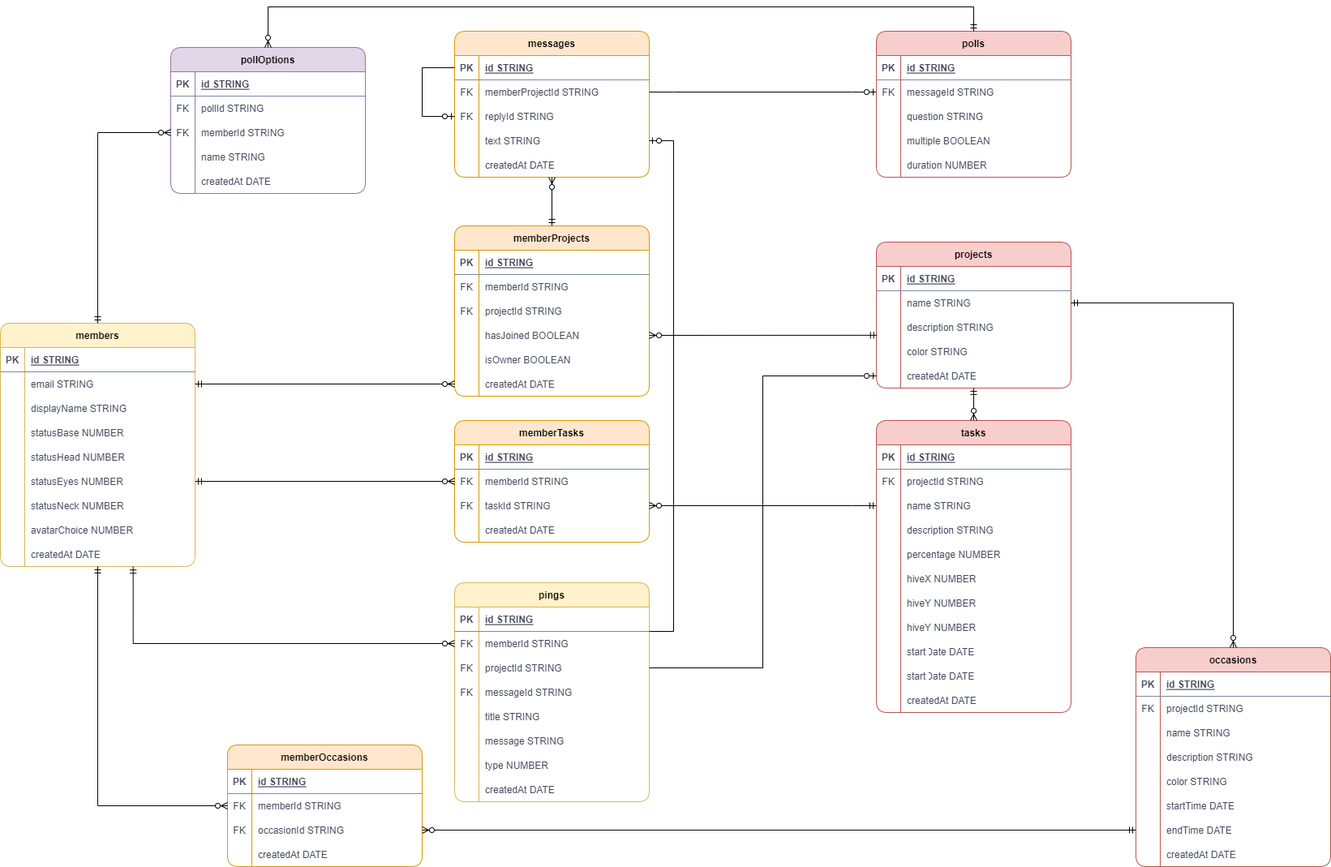
The draw.io diagram static/db/er.drawio.png in JavRedstone/Buzby, before a commit. Source tidied: cells renumbered, new cells last; positions are measured from the earlier drawing's top-left corner, leaving out a move shared by most shapes.
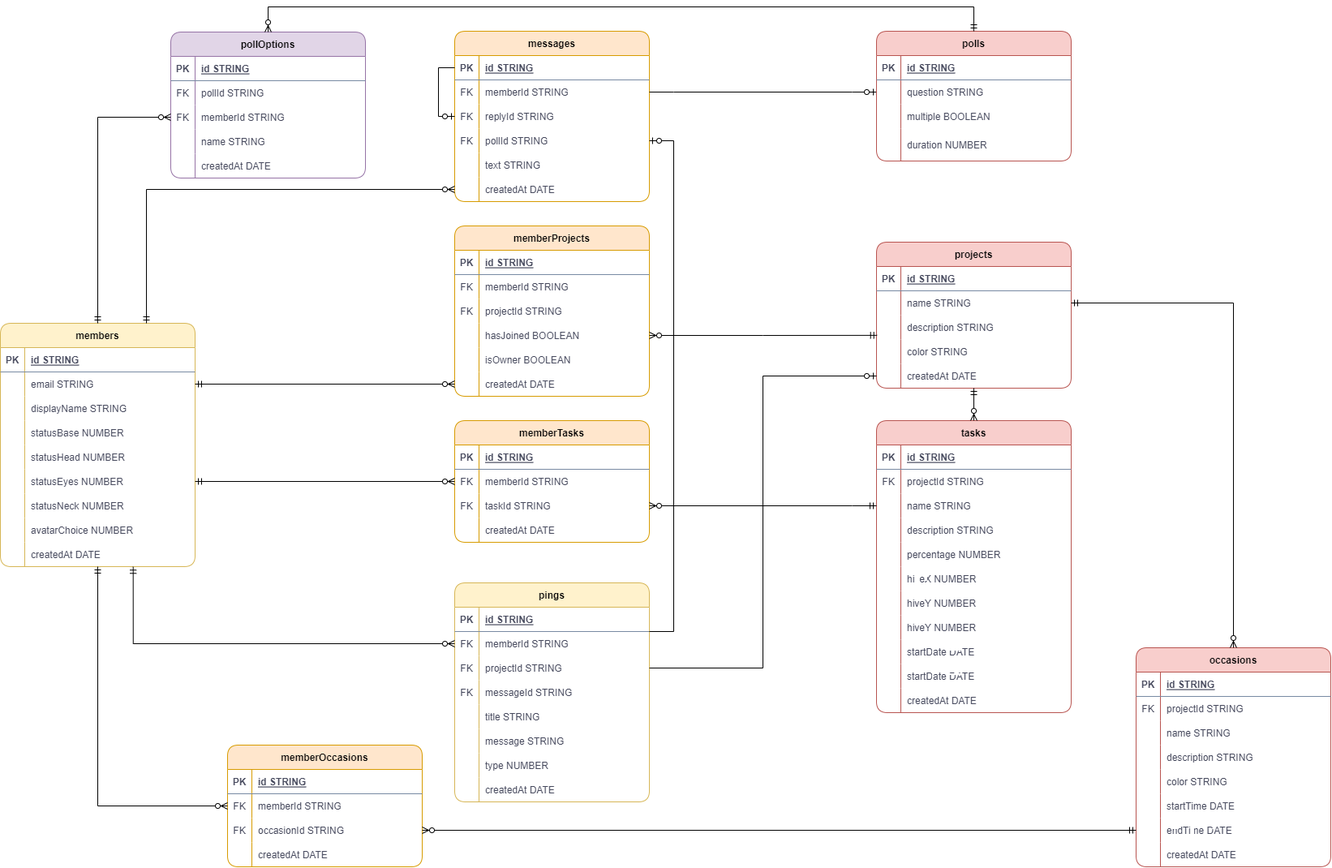
The same diagram one commit later.

What changed in the source:
```diff
@@ -210,7 +210,7 @@
       <mxGeometry x="30" width="210" height="30" as="geometry" />
     </mxCell>
     <mxCell id="71" value="messages" style="shape=table;startSize=30;rowLines=0;fontStyle=1;align=center;rounded=1;shadow=0;labelBorderColor=none;strokeColor=#d79b00;flipH=0;swimlaneFillColor=default;rotation=0;columnLines=1;labelBackgroundColor=none;fillColor=#ffe6cc;" parent="1" vertex="1">
-      <mxGeometry x="560" y="30" width="240" height="180" as="geometry" />
+      <mxGeometry x="560" y="30" width="240" height="210" as="geometry" />
     </mxCell>
     <mxCell id="72" style="shape=tableRow;horizontal=0;startSize=0;swimlaneHead=0;swimlaneBody=0;fillColor=none;points=[[0,0.5],[1,0.5]];portConstraint=eastwest;top=0;left=0;right=0;bottom=1;rounded=1;shadow=0;labelBorderColor=none;strokeColor=#788AA3;labelBackgroundColor=none;fontColor=#46495D;" parent="71" vertex="1">
       <mxGeometry y="30" width="240" height="30" as="geometry" />
@@ -227,7 +227,7 @@
     <mxCell id="76" value="FK" style="shape=partialRectangle;fillColor=none;top=0;left=0;bottom=0;right=0;overflow=hidden;rounded=1;shadow=0;labelBorderColor=none;strokeColor=#788AA3;labelBackgroundColor=none;fontColor=#46495D;" parent="75" vertex="1">
       <mxGeometry width="30" height="30" as="geometry" />
     </mxCell>
-    <mxCell id="77" value="memberProjectId STRING" style="shape=partialRectangle;fillColor=none;top=0;left=0;bottom=0;right=0;align=left;spacingLeft=6;overflow=hidden;rounded=1;shadow=0;labelBorderColor=none;strokeColor=#788AA3;labelBackgroundColor=none;fontColor=#46495D;" parent="75" vertex="1">
+    <mxCell id="77" value="memberId STRING" style="shape=partialRectangle;fillColor=none;top=0;left=0;bottom=0;right=0;align=left;spacingLeft=6;overflow=hidden;rounded=1;shadow=0;labelBorderColor=none;strokeColor=#788AA3;labelBackgroundColor=none;fontColor=#46495D;" parent="75" vertex="1">
       <mxGeometry x="30" width="210" height="30" as="geometry" />
     </mxCell>
     <mxCell id="78" style="shape=tableRow;horizontal=0;startSize=0;swimlaneHead=0;swimlaneBody=0;fillColor=none;points=[[0,0.5],[1,0.5]];portConstraint=eastwest;top=0;left=0;right=0;bottom=0;rounded=1;shadow=0;labelBorderColor=none;strokeColor=#788AA3;labelBackgroundColor=none;fontColor=#46495D;" parent="71" vertex="1">
@@ -242,17 +242,17 @@
     <mxCell id="81" style="shape=tableRow;horizontal=0;startSize=0;swimlaneHead=0;swimlaneBody=0;fillColor=none;points=[[0,0.5],[1,0.5]];portConstraint=eastwest;top=0;left=0;right=0;bottom=0;rounded=1;shadow=0;labelBorderColor=none;strokeColor=#788AA3;labelBackgroundColor=none;fontColor=#46495D;" parent="71" vertex="1">
       <mxGeometry y="120" width="240" height="30" as="geometry" />
     </mxCell>
-    <mxCell id="82" style="shape=partialRectangle;fillColor=none;top=0;left=0;bottom=0;right=0;overflow=hidden;rounded=1;shadow=0;labelBorderColor=none;strokeColor=#788AA3;labelBackgroundColor=none;fontColor=#46495D;" parent="81" vertex="1">
+    <mxCell id="82" value="FK" style="shape=partialRectangle;fillColor=none;top=0;left=0;bottom=0;right=0;overflow=hidden;rounded=1;shadow=0;labelBorderColor=none;strokeColor=#788AA3;labelBackgroundColor=none;fontColor=#46495D;" parent="81" vertex="1">
       <mxGeometry width="30" height="30" as="geometry" />
     </mxCell>
-    <mxCell id="83" value="text STRING" style="shape=partialRectangle;fillColor=none;top=0;left=0;bottom=0;right=0;align=left;spacingLeft=6;overflow=hidden;rounded=1;shadow=0;labelBorderColor=none;strokeColor=#788AA3;labelBackgroundColor=none;fontColor=#46495D;" parent="81" vertex="1">
+    <mxCell id="83" value="pollId STRING" style="shape=partialRectangle;fillColor=none;top=0;left=0;bottom=0;right=0;align=left;spacingLeft=6;overflow=hidden;rounded=1;shadow=0;labelBorderColor=none;strokeColor=#788AA3;labelBackgroundColor=none;fontColor=#46495D;" parent="81" vertex="1">
       <mxGeometry x="30" width="210" height="30" as="geometry" />
     </mxCell>
     <mxCell id="84" style="edgeStyle=orthogonalEdgeStyle;fontSize=12;html=1;endArrow=ERzeroToOne;endFill=1;rounded=0;entryX=0;entryY=0.5;entryDx=0;entryDy=0;exitX=0;exitY=0.5;exitDx=0;exitDy=0;" parent="71" edge="1" source="72" target="78">
       <mxGeometry relative="1" as="geometry">
         <Array as="points">
-          <mxPoint x="-40" y="45" />
-          <mxPoint x="-40" y="105" />
+          <mxPoint x="-20" y="45" />
+          <mxPoint x="-20" y="105" />
         </Array>
       </mxGeometry>
     </mxCell>
@@ -262,9 +262,18 @@
     <mxCell id="86" style="shape=partialRectangle;fillColor=none;top=0;left=0;bottom=0;right=0;overflow=hidden;rounded=1;shadow=0;labelBorderColor=none;strokeColor=#788AA3;labelBackgroundColor=none;fontColor=#46495D;" parent="85" vertex="1">
       <mxGeometry width="30" height="30" as="geometry" />
     </mxCell>
-    <mxCell id="87" value="createdAt DATE" style="shape=partialRectangle;fillColor=none;top=0;left=0;bottom=0;right=0;align=left;spacingLeft=6;overflow=hidden;rounded=1;shadow=0;labelBorderColor=none;strokeColor=#788AA3;labelBackgroundColor=none;fontColor=#46495D;" parent="85" vertex="1">
+    <mxCell id="87" value="text STRING" style="shape=partialRectangle;fillColor=none;top=0;left=0;bottom=0;right=0;align=left;spacingLeft=6;overflow=hidden;rounded=1;shadow=0;labelBorderColor=none;strokeColor=#788AA3;labelBackgroundColor=none;fontColor=#46495D;" parent="85" vertex="1">
       <mxGeometry x="30" width="210" height="30" as="geometry" />
     </mxCell>
+    <mxCell id="239" style="shape=tableRow;horizontal=0;startSize=0;swimlaneHead=0;swimlaneBody=0;fillColor=none;points=[[0,0.5],[1,0.5]];portConstraint=eastwest;top=0;left=0;right=0;bottom=0;rounded=1;shadow=0;labelBorderColor=none;strokeColor=#788AA3;labelBackgroundColor=none;fontColor=#46495D;" parent="71" vertex="1">
+      <mxGeometry y="180" width="240" height="30" as="geometry" />
+    </mxCell>
+    <mxCell id="240" style="shape=partialRectangle;fillColor=none;top=0;left=0;bottom=0;right=0;overflow=hidden;rounded=1;shadow=0;labelBorderColor=none;strokeColor=#788AA3;labelBackgroundColor=none;fontColor=#46495D;" parent="239" vertex="1">
+      <mxGeometry width="30" height="30" as="geometry" />
+    </mxCell>
+    <mxCell id="241" value="createdAt DATE" style="shape=partialRectangle;fillColor=none;top=0;left=0;bottom=0;right=0;align=left;spacingLeft=6;overflow=hidden;rounded=1;shadow=0;labelBorderColor=none;strokeColor=#788AA3;labelBackgroundColor=none;fontColor=#46495D;" parent="239" vertex="1">
+      <mxGeometry x="30" width="210" height="30" as="geometry" />
+    </mxCell>
     <mxCell id="88" value="tasks" style="shape=table;startSize=30;rowLines=0;fontStyle=1;align=center;rounded=1;shadow=0;labelBorderColor=none;strokeColor=#b85450;flipH=0;swimlaneFillColor=default;rotation=0;points=[[0,0,0,0,0],[0,0.25,0,0,0],[0,0.5,0,0,0],[0,0.75,0,0,0],[0,1,0,0,0],[0.25,0,0,0,0],[0.25,1,0,0,0],[0.5,0,0,0,0],[0.5,1,0,0,0],[0.75,0,0,0,0],[0.75,1,0,0,0],[1,0,0,0,0],[1,0.25,0,0,0],[1,0.5,0,0,0],[1,0.75,0,0,0],[1,1,0,0,0]];columnLines=1;labelBackgroundColor=none;fillColor=#f8cecc;" parent="1" vertex="1">
       <mxGeometry x="1080" y="510" width="240" height="360" as="geometry" />
     </mxCell>
@@ -442,8 +451,10 @@
     <mxCell id="146" value="createdAt DATE" style="shape=partialRectangle;fillColor=none;top=0;left=0;bottom=0;right=0;align=left;spacingLeft=6;overflow=hidden;rounded=1;shadow=0;labelBorderColor=none;strokeColor=#788AA3;labelBackgroundColor=none;fontColor=#46495D;" parent="144" vertex="1">
       <mxGeometry x="30" width="210" height="30" as="geometry" />
     </mxCell>
-    <mxCell id="147" style="edgeStyle=entityRelationEdgeStyle;fontSize=12;html=1;endArrow=ERzeroToOne;endFill=1;rounded=0;entryX=0;entryY=0.5;entryDx=0;entryDy=0;exitX=1;exitY=0.5;exitDx=0;exitDy=0;" parent="1" edge="1" source="75" target="206">
-      <mxGeometry relative="1" as="geometry" />
+    <mxCell id="147" style="edgeStyle=entityRelationEdgeStyle;fontSize=12;html=1;endArrow=ERzeroToOne;endFill=1;rounded=0;entryX=0;entryY=0.5;entryDx=0;entryDy=0;exitX=1;exitY=0.5;exitDx=0;exitDy=0;" parent="1" edge="1" source="75">
+      <mxGeometry relative="1" as="geometry">
+        <mxPoint x="1080" y="105" as="targetPoint" />
+      </mxGeometry>
     </mxCell>
     <mxCell id="148" style="edgeStyle=orthogonalEdgeStyle;fontSize=12;html=1;endArrow=ERzeroToMany;startArrow=ERmandOne;rounded=0;entryX=0.5;entryY=0;entryDx=0;entryDy=0;exitX=1;exitY=0.5;exitDx=0;exitDy=0;entryPerimeter=0;" parent="1" edge="1" source="34" target="122">
       <mxGeometry relative="1" as="geometry" />
@@ -514,10 +525,8 @@
     <mxCell id="170" style="edgeStyle=orthogonalEdgeStyle;fontSize=12;html=1;endArrow=ERzeroToMany;startArrow=ERmandOne;rounded=0;entryX=0;entryY=0.5;entryDx=0;entryDy=0;exitX=1;exitY=0.5;exitDx=0;exitDy=0;" parent="1" edge="1" source="6" target="167">
       <mxGeometry relative="1" as="geometry" />
     </mxCell>
-    <mxCell id="171" style="edgeStyle=orthogonalEdgeStyle;fontSize=12;html=1;endArrow=ERzeroToMany;startArrow=ERmandOne;rounded=0;exitX=0.5;exitY=0;exitDx=0;exitDy=0;exitPerimeter=0;" parent="1" edge="1" source="151">
-      <mxGeometry relative="1" as="geometry">
-        <mxPoint x="680" y="210" as="targetPoint" />
-      </mxGeometry>
+    <mxCell id="171" style="edgeStyle=orthogonalEdgeStyle;fontSize=12;html=1;endArrow=ERzeroToMany;startArrow=ERmandOne;rounded=0;entryX=0;entryY=0.5;entryDx=0;entryDy=0;exitX=0.75;exitY=0;exitDx=0;exitDy=0;exitPerimeter=0;" parent="1" edge="1" source="2" target="239">
+      <mxGeometry relative="1" as="geometry" />
     </mxCell>
     <mxCell id="172" value="memberTasks" style="shape=table;startSize=30;rowLines=0;fontStyle=1;align=center;rounded=1;shadow=0;labelBorderColor=none;strokeColor=#d79b00;flipH=0;swimlaneFillColor=default;rotation=0;columnLines=1;labelBackgroundColor=none;fillColor=#ffe6cc;" parent="1" vertex="1">
       <mxGeometry x="560" y="510" width="240" height="150" as="geometry" />
@@ -612,7 +621,7 @@
       <mxGeometry relative="1" as="geometry" />
     </mxCell>
     <mxCell id="202" value="polls" style="shape=table;startSize=30;rowLines=0;fontStyle=1;align=center;rounded=1;shadow=0;labelBorderColor=none;strokeColor=#b85450;flipH=0;swimlaneFillColor=default;rotation=0;points=[[0,0,0,0,0],[0,0.25,0,0,0],[0,0.5,0,0,0],[0,0.75,0,0,0],[0,1,0,0,0],[0.25,0,0,0,0],[0.25,1,0,0,0],[0.5,0,0,0,0],[0.5,1,0,0,0],[0.75,0,0,0,0],[0.75,1,0,0,0],[1,0,0,0,0],[1,0.25,0,0,0],[1,0.5,0,0,0],[1,0.75,0,0,0],[1,1,0,0,0]];columnLines=1;labelBackgroundColor=none;fillColor=#f8cecc;" parent="1" vertex="1">
-      <mxGeometry x="1080" y="30" width="240" height="180" as="geometry" />
+      <mxGeometry x="1080" y="30" width="240" height="160" as="geometry" />
     </mxCell>
     <mxCell id="203" style="shape=tableRow;horizontal=0;startSize=0;swimlaneHead=0;swimlaneBody=0;fillColor=none;top=0;left=0;right=0;bottom=1;rounded=1;shadow=0;labelBorderColor=none;strokeColor=#788AA3;labelBackgroundColor=none;fontColor=#46495D;" parent="202" vertex="1">
       <mxGeometry y="30" width="240" height="30" as="geometry" />
@@ -623,17 +632,8 @@
     <mxCell id="205" value="id STRING" style="shape=partialRectangle;fillColor=none;top=0;left=0;bottom=0;right=0;align=left;spacingLeft=6;fontStyle=5;overflow=hidden;rounded=1;shadow=0;labelBorderColor=none;strokeColor=#788AA3;labelBackgroundColor=none;fontColor=#46495D;" parent="203" vertex="1">
       <mxGeometry x="30" width="210" height="30" as="geometry" />
     </mxCell>
-    <mxCell id="206" style="shape=tableRow;horizontal=0;startSize=0;swimlaneHead=0;swimlaneBody=0;fillColor=none;points=[[0,0.5],[1,0.5]];portConstraint=eastwest;top=0;left=0;right=0;bottom=0;rounded=1;shadow=0;labelBorderColor=none;strokeColor=#788AA3;labelBackgroundColor=none;fontColor=#46495D;" parent="202" vertex="1">
-      <mxGeometry y="60" width="240" height="30" as="geometry" />
-    </mxCell>
-    <mxCell id="207" value="FK" style="shape=partialRectangle;fillColor=none;top=0;left=0;bottom=0;right=0;overflow=hidden;rounded=1;shadow=0;labelBorderColor=none;strokeColor=#788AA3;labelBackgroundColor=none;fontColor=#46495D;" parent="206" vertex="1">
-      <mxGeometry width="30" height="30" as="geometry" />
-    </mxCell>
-    <mxCell id="208" value="messageId STRING" style="shape=partialRectangle;fillColor=none;top=0;left=0;bottom=0;right=0;align=left;spacingLeft=6;overflow=hidden;rounded=1;shadow=0;labelBorderColor=none;strokeColor=#788AA3;labelBackgroundColor=none;fontColor=#46495D;" parent="206" vertex="1">
-      <mxGeometry x="30" width="210" height="30" as="geometry" />
-    </mxCell>
     <mxCell id="209" style="shape=tableRow;horizontal=0;startSize=0;swimlaneHead=0;swimlaneBody=0;fillColor=none;top=0;left=0;right=0;bottom=0;rounded=1;shadow=0;labelBorderColor=none;strokeColor=#788AA3;labelBackgroundColor=none;fontColor=#46495D;" parent="202" vertex="1">
-      <mxGeometry y="90" width="240" height="30" as="geometry" />
+      <mxGeometry y="60" width="240" height="30" as="geometry" />
     </mxCell>
     <mxCell id="210" style="shape=partialRectangle;fillColor=none;top=0;left=0;bottom=0;right=0;overflow=hidden;rounded=1;shadow=0;labelBorderColor=none;strokeColor=#788AA3;labelBackgroundColor=none;fontColor=#46495D;" parent="209" vertex="1">
       <mxGeometry width="30" height="30" as="geometry" />
@@ -642,7 +642,7 @@
       <mxGeometry x="30" width="210" height="30" as="geometry" />
     </mxCell>
     <mxCell id="212" style="shape=tableRow;horizontal=0;startSize=0;swimlaneHead=0;swimlaneBody=0;fillColor=none;top=0;left=0;right=0;bottom=0;rounded=1;shadow=0;labelBorderColor=none;strokeColor=#788AA3;labelBackgroundColor=none;fontColor=#46495D;" parent="202" vertex="1">
-      <mxGeometry y="120" width="240" height="30" as="geometry" />
+      <mxGeometry y="90" width="240" height="30" as="geometry" />
     </mxCell>
     <mxCell id="213" style="shape=partialRectangle;fillColor=none;top=0;left=0;bottom=0;right=0;overflow=hidden;rounded=1;shadow=0;labelBorderColor=none;strokeColor=#788AA3;labelBackgroundColor=none;fontColor=#46495D;" parent="212" vertex="1">
       <mxGeometry width="30" height="30" as="geometry" />
@@ -651,13 +651,13 @@
       <mxGeometry x="30" width="210" height="30" as="geometry" />
     </mxCell>
     <mxCell id="215" style="shape=tableRow;horizontal=0;startSize=0;swimlaneHead=0;swimlaneBody=0;fillColor=none;top=0;left=0;right=0;bottom=0;rounded=1;shadow=0;labelBorderColor=none;strokeColor=#788AA3;labelBackgroundColor=none;fontColor=#46495D;" parent="202" vertex="1">
-      <mxGeometry y="150" width="240" height="30" as="geometry" />
+      <mxGeometry y="120" width="240" height="40" as="geometry" />
     </mxCell>
     <mxCell id="216" style="shape=partialRectangle;fillColor=none;top=0;left=0;bottom=0;right=0;overflow=hidden;rounded=1;shadow=0;labelBorderColor=none;strokeColor=#788AA3;labelBackgroundColor=none;fontColor=#46495D;" parent="215" vertex="1">
-      <mxGeometry width="30" height="30" as="geometry" />
+      <mxGeometry width="30" height="40" as="geometry" />
     </mxCell>
     <mxCell id="217" value="duration NUMBER" style="shape=partialRectangle;fillColor=none;top=0;left=0;bottom=0;right=0;align=left;spacingLeft=6;overflow=hidden;rounded=1;shadow=0;labelBorderColor=none;strokeColor=#788AA3;labelBackgroundColor=none;fontColor=#46495D;" parent="215" vertex="1">
-      <mxGeometry x="30" width="210" height="30" as="geometry" />
+      <mxGeometry x="30" width="210" height="40" as="geometry" />
     </mxCell>
     <mxCell id="218" style="edgeStyle=orthogonalEdgeStyle;fontSize=12;html=1;endArrow=ERzeroToOne;endFill=1;rounded=0;exitX=1;exitY=0.5;exitDx=0;exitDy=0;entryX=0;entryY=0.5;entryDx=0;entryDy=0;" parent="1" edge="1" source="53" target="43">
       <mxGeometry relative="1" as="geometry" />
@@ -671,7 +671,7 @@
       <mxGeometry relative="1" as="geometry" />
     </mxCell>
     <mxCell id="221" value="pollOptions" style="shape=table;startSize=30;rowLines=0;fontStyle=1;align=center;rounded=1;shadow=0;labelBorderColor=none;strokeColor=#9673a6;flipH=0;swimlaneFillColor=default;rotation=0;points=[[0,0,0,0,0],[0,0.25,0,0,0],[0,0.5,0,0,0],[0,0.75,0,0,0],[0,1,0,0,0],[0.25,0,0,0,0],[0.25,1,0,0,0],[0.5,0,0,0,0],[0.5,1,0,0,0],[0.75,0,0,0,0],[0.75,1,0,0,0],[1,0,0,0,0],[1,0.25,0,0,0],[1,0.5,0,0,0],[1,0.75,0,0,0],[1,1,0,0,0]];columnLines=1;labelBackgroundColor=none;fillColor=#e1d5e7;" parent="1" vertex="1">
-      <mxGeometry x="210" y="50" width="240" height="180" as="geometry" />
+      <mxGeometry x="210" y="31" width="240" height="180" as="geometry" />
     </mxCell>
     <mxCell id="222" style="shape=tableRow;horizontal=0;startSize=0;swimlaneHead=0;swimlaneBody=0;fillColor=none;top=0;left=0;right=0;bottom=1;rounded=1;shadow=0;labelBorderColor=none;strokeColor=#788AA3;labelBackgroundColor=none;fontColor=#46495D;" parent="221" vertex="1">
       <mxGeometry y="30" width="240" height="30" as="geometry" />
```
